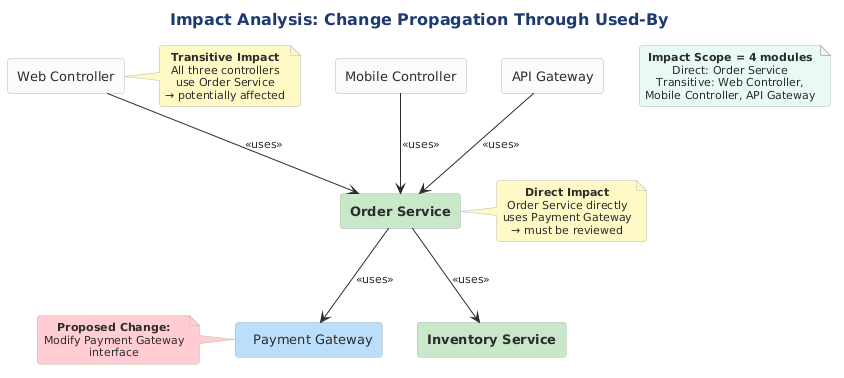
The PlantUML diagram src/architecture/views-and-beyond/style-catalogs/module/uses-style/png/impact-analysis-change-propagation-used.png in Notoriousjayy/latex-docs, before a commit. The source it was exported from:
```plantuml
@startuml

skinparam RectangleBorderColor #2C3E50
!include ../../../../../../tooling/styles/plantuml/structural/class-diagram-style.iuml

skinparam RectangleFontSize 13

title Impact Analysis: Change Propagation Through Used-By

rectangle "Web Controller" as WC #FAFAFA
rectangle "Mobile Controller" as MC #FAFAFA
rectangle "API Gateway" as AG #FAFAFA
rectangle "**Order Service**" as OS #C8E6C9
rectangle "**Inventory Service**" as IS #C8E6C9
rectangle "  Payment Gateway  " as PG #BBDEFB

WC -down-> OS : <<uses>>
MC -down-> OS : <<uses>>
AG -down-> OS : <<uses>>
OS -down-> IS : <<uses>>
OS -down-> PG : <<uses>>

note as CHANGE #FFCDD2
  **Proposed Change:**
  Modify Payment Gateway
  interface
end note

CHANGE .right. PG

note right of OS #FFF9C4
  **Direct Impact**
  Order Service directly
  uses Payment Gateway
  → must be reviewed
end note

note right of WC #FFF9C4
  **Transitive Impact**
  All three controllers
  use Order Service
  → potentially affected
end note

note as SCOPE #E8F8F5
  **Impact Scope = 4 modules**
  Direct: Order Service
  Transitive: Web Controller,
  Mobile Controller, API Gateway
end note
@enduml
```
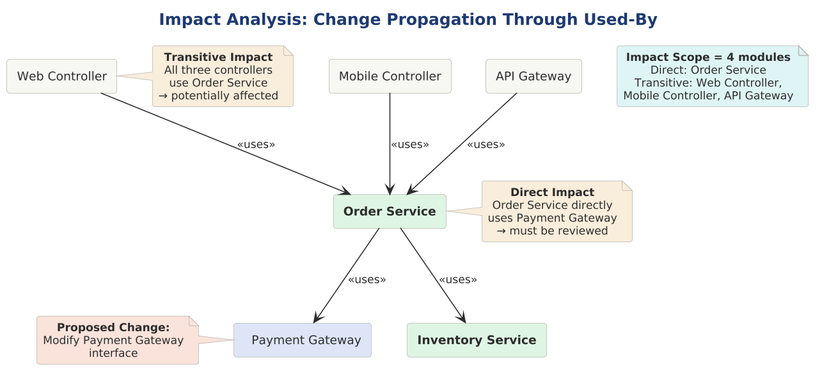
The same diagram one commit later.

Change to the diagram source:
```diff
@@ -1,18 +1,20 @@
 @startuml
 
-skinparam RectangleBorderColor #2C3E50
+skinparam dpi 150
+
+
+
+
 !include ../../../../../../tooling/styles/plantuml/structural/class-diagram-style.iuml
-
-skinparam RectangleFontSize 13
 
 title Impact Analysis: Change Propagation Through Used-By
 
-rectangle "Web Controller" as WC #FAFAFA
-rectangle "Mobile Controller" as MC #FAFAFA
-rectangle "API Gateway" as AG #FAFAFA
-rectangle "**Order Service**" as OS #C8E6C9
-rectangle "**Inventory Service**" as IS #C8E6C9
-rectangle "  Payment Gateway  " as PG #BBDEFB
+rectangle "Web Controller" as WC $theme_surface
+rectangle "Mobile Controller" as MC $theme_surface
+rectangle "API Gateway" as AG $theme_surface
+rectangle "**Order Service**" as OS $fill_ok
+rectangle "**Inventory Service**" as IS $fill_ok
+rectangle "  Payment Gateway  " as PG $fill_primary
 
 WC -down-> OS : <<uses>>
 MC -down-> OS : <<uses>>
@@ -20,7 +22,7 @@
 OS -down-> IS : <<uses>>
 OS -down-> PG : <<uses>>
 
-note as CHANGE #FFCDD2
+note as CHANGE $fill_invalid
   **Proposed Change:**
   Modify Payment Gateway
   interface
@@ -28,21 +30,21 @@
 
 CHANGE .right. PG
 
-note right of OS #FFF9C4
+note right of OS $fill_caution
   **Direct Impact**
   Order Service directly
   uses Payment Gateway
   → must be reviewed
 end note
 
-note right of WC #FFF9C4
+note right of WC $fill_caution
   **Transitive Impact**
   All three controllers
   use Order Service
   → potentially affected
 end note
 
-note as SCOPE #E8F8F5
+note as SCOPE $fill_dynamic
   **Impact Scope = 4 modules**
   Direct: Order Service
   Transitive: Web Controller,
```
